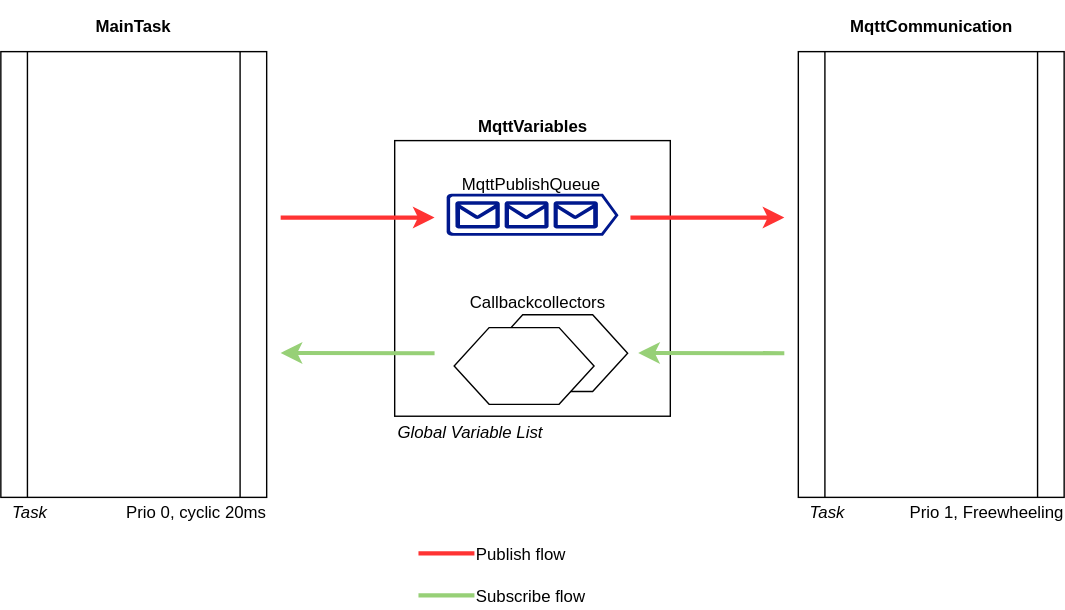
MichielVanwelsenaere/HomeAutomation.CoDeSys3 keeps this draw.io diagram as docs/_img/SoftwareArchitecture.svg. Above is the earlier version. Source tidied: cells renumbered, new cells last; positions are measured from the earlier drawing's top-left corner, leaving out a move shared by most shapes.
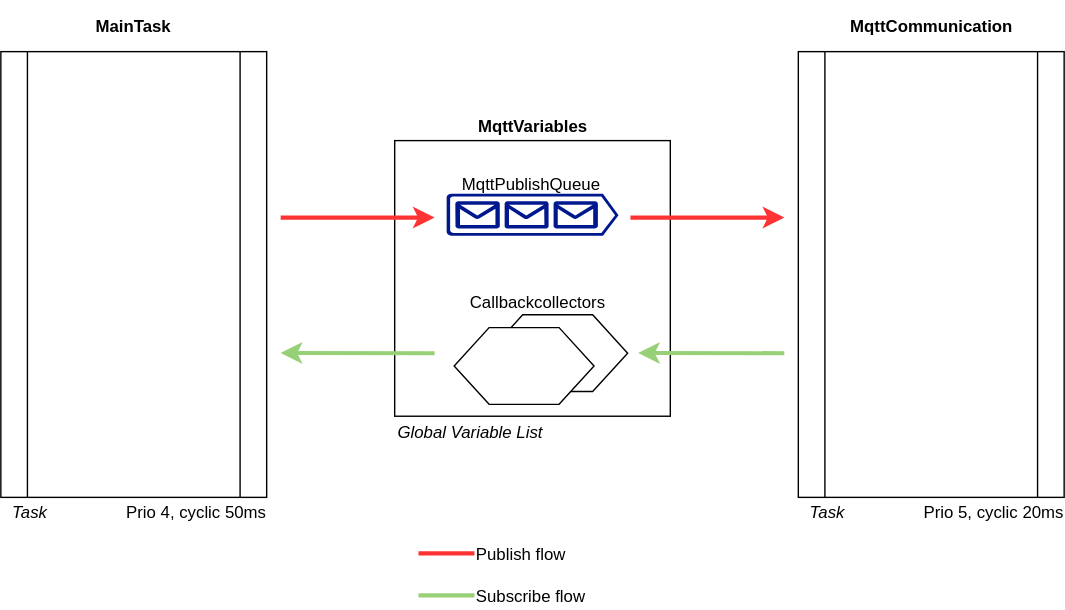
After the change.

Commit message:
Take the MQTT task off freewheeling, and write down how the log was read (#200)

The edit, as a diff of the source:
```diff
@@ -50,7 +50,7 @@
     <mxCell id="17" value="MqttCommunication" style="text;html=1;strokeColor=none;fillColor=none;align=center;verticalAlign=middle;whiteSpace=wrap;rounded=0;fontStyle=1;" parent="15" vertex="1">
       <mxGeometry x="63.3" width="63.3" height="36.4" as="geometry" />
     </mxCell>
-    <mxCell id="18" value="Prio 1, Freewheeling" style="text;html=1;strokeColor=none;fillColor=none;align=right;verticalAlign=middle;whiteSpace=wrap;rounded=0;" parent="1" vertex="1">
+    <mxCell id="18" value="Prio 5, cyclic 20ms" style="text;html=1;strokeColor=none;fillColor=none;align=right;verticalAlign=middle;whiteSpace=wrap;rounded=0;" parent="1" vertex="1">
       <mxGeometry x="620" y="355" width="140" height="20" as="geometry" />
     </mxCell>
     <mxCell id="19" value="&lt;div style=&quot;text-align: left&quot;&gt;&lt;span&gt;&lt;i&gt;Task&lt;/i&gt;&lt;/span&gt;&lt;/div&gt;" style="text;html=1;strokeColor=none;fillColor=none;align=center;verticalAlign=middle;whiteSpace=wrap;rounded=0;" parent="1" vertex="1">
@@ -71,7 +71,7 @@
     <mxCell id="24" value="MainTask" style="text;html=1;strokeColor=none;fillColor=none;align=center;verticalAlign=middle;whiteSpace=wrap;rounded=0;fontStyle=1;" parent="22" vertex="1">
       <mxGeometry x="63.3" width="63.3" height="36.4" as="geometry" />
     </mxCell>
-    <mxCell id="25" value="Prio 0, cyclic 20ms" style="text;html=1;strokeColor=none;fillColor=none;align=right;verticalAlign=middle;whiteSpace=wrap;rounded=0;" parent="21" vertex="1">
+    <mxCell id="25" value="Prio 4, cyclic 50ms" style="text;html=1;strokeColor=none;fillColor=none;align=right;verticalAlign=middle;whiteSpace=wrap;rounded=0;" parent="21" vertex="1">
       <mxGeometry x="50" y="355" width="140" height="20" as="geometry" />
     </mxCell>
     <mxCell id="26" value="&lt;div style=&quot;text-align: left&quot;&gt;&lt;span&gt;&lt;i&gt;Task&lt;/i&gt;&lt;/span&gt;&lt;/div&gt;" style="text;html=1;strokeColor=none;fillColor=none;align=center;verticalAlign=middle;whiteSpace=wrap;rounded=0;" parent="21" vertex="1">
```
